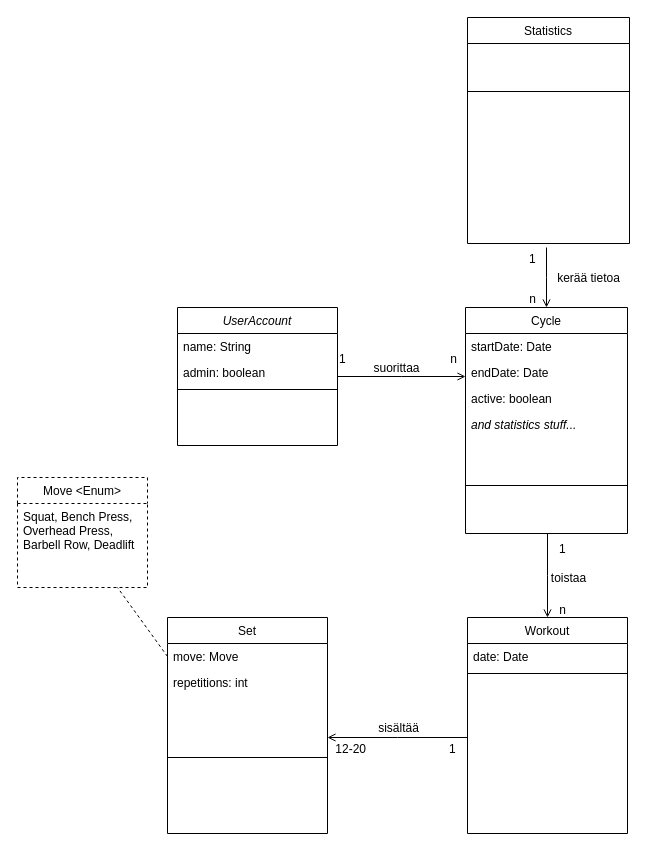
TommiON/Lift-o-Meter keeps this draw.io diagram as documentation/backend_luokat.drawio. Above is the earlier version. Source tidied: cells renumbered, new cells numbered last; positions are measured from the earlier drawing's top-left corner, leaving out a move shared by most shapes. Both pictures are drawn from the tidied source at 100%, with x=0, y=0 at pixel (17, 17).
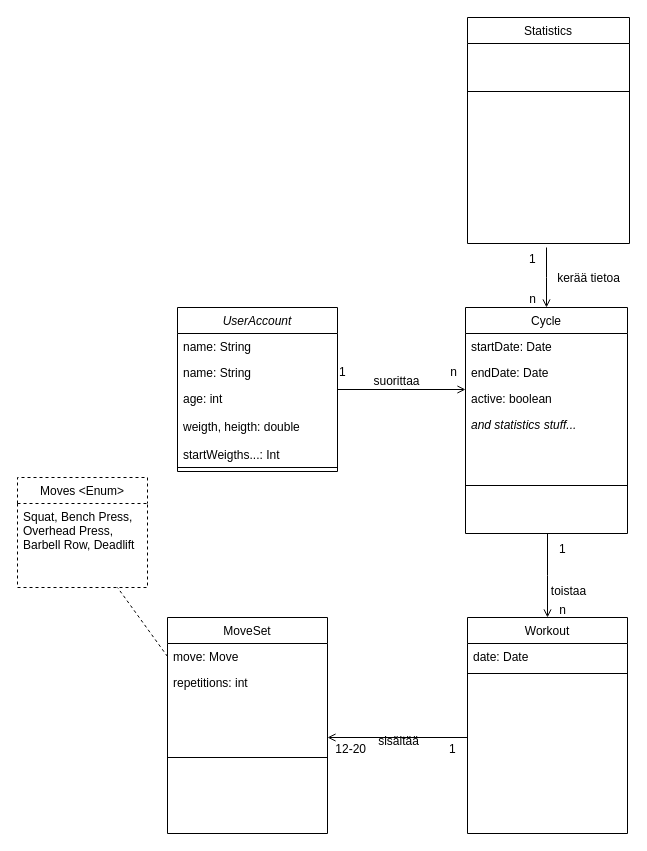
After the change.

Commit message (it also covers changes not shown here):
Backend: repositories. Documentation: REST use cases

What changed in the source:
```diff
@@
     <mxCell id="8" value="UserAccount" style="swimlane;fontStyle=2;align=center;verticalAlign=top;horizontal=1;startSize=26;rounded=0;shadow=0;strokeWidth=1;" parent="1" vertex="1">
-      <mxGeometry x="160" y="290" width="160" height="138" as="geometry" />
+      <mxGeometry x="160" y="290" width="160" height="164" as="geometry" />
     </mxCell>
@@
+    <mxCell id="40" value="name: String" style="text;align=left;verticalAlign=top;spacingLeft=4;spacingRight=4;overflow=hidden;" parent="8" vertex="1">
+      <mxGeometry y="52" width="160" height="26" as="geometry" />
+    </mxCell>
-    <mxCell id="10" value="admin: boolean" style="text;align=left;verticalAlign=top;spacingLeft=4;spacingRight=4;overflow=hidden;rounded=0;shadow=0;html=0;" parent="8" vertex="1">
-      <mxGeometry y="52" width="160" height="26" as="geometry" />
+    <mxCell id="10" value="age: int&#10;&#10;weigth, heigth: double&#10;&#10;startWeigths...: Int" style="text;align=left;verticalAlign=top;spacingLeft=4;spacingRight=4;overflow=hidden;rounded=0;shadow=0;html=0;" parent="8" vertex="1">
+      <mxGeometry y="78" width="160" height="78" as="geometry" />
     </mxCell>
     <mxCell id="11" style="line;html=1;strokeWidth=1;align=left;verticalAlign=middle;spacingTop=-1;spacingLeft=3;spacingRight=3;labelPosition=right;" parent="8" vertex="1">
-      <mxGeometry y="78" width="160" height="8" as="geometry" />
+      <mxGeometry y="156" width="160" height="8" as="geometry" />
     </mxCell>
@@
-    <mxCell id="24" value="Set" style="swimlane;fontStyle=0;align=center;verticalAlign=top;horizontal=1;startSize=26;rounded=0;shadow=0;strokeWidth=1;" parent="1" vertex="1">
+    <mxCell id="24" value="MoveSet&#10;" style="swimlane;fontStyle=0;align=center;verticalAlign=top;horizontal=1;startSize=26;rounded=0;shadow=0;strokeWidth=1;" parent="1" vertex="1">
       <mxGeometry x="150" y="600" width="160" height="216" as="geometry" />
     </mxCell>
@@
-    <mxCell id="31" value="Move &lt;Enum&gt;" style="swimlane;fontStyle=0;align=center;verticalAlign=top;horizontal=1;startSize=26;rounded=0;shadow=0;strokeWidth=1;dashed=1;" parent="1" vertex="1">
+    <mxCell id="31" value="Moves &lt;Enum&gt;" style="swimlane;fontStyle=0;align=center;verticalAlign=top;horizontal=1;startSize=26;rounded=0;shadow=0;strokeWidth=1;dashed=1;" parent="1" vertex="1">
       <mxGeometry y="460" width="130" height="110" as="geometry" />
     </mxCell>
```
